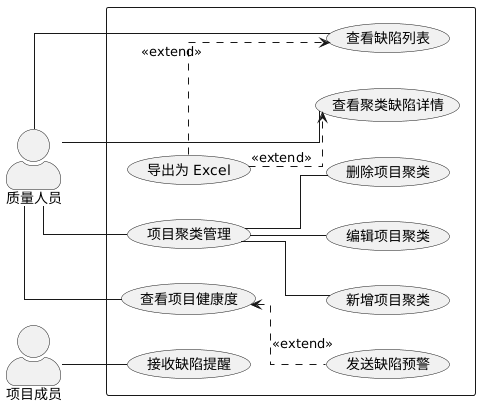
Moon-Knight1/SEU-Graduation-Thesis-Template keeps this PlantUML diagram as imgs/usecase/缺陷管理用例图.png. Above is the earlier version.
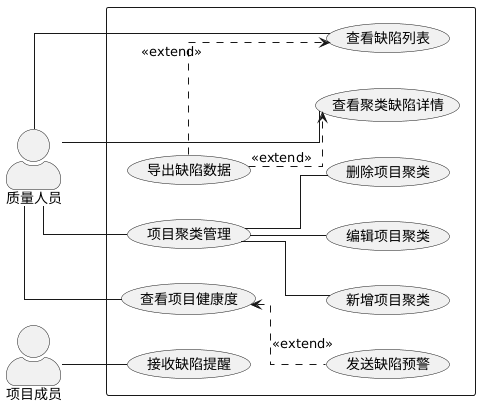
Above is the later version.

Diff of the diagram source:
```diff
@@ -13,7 +13,7 @@
     usecase "项目聚类管理" as MaintainProjectCluster
     usecase "接收缺陷提醒" as ReceiveFeishu
 
-    usecase "导出为 Excel" as ExportExcel
+    usecase "导出缺陷数据" as ExportExcel
     usecase "查看聚类缺陷详情" as ProjectClusterBugDetail
     usecase "发送缺陷预警" as ProjectClusterFeishu
     usecase "新增项目聚类" as AddProjectCluster
```
